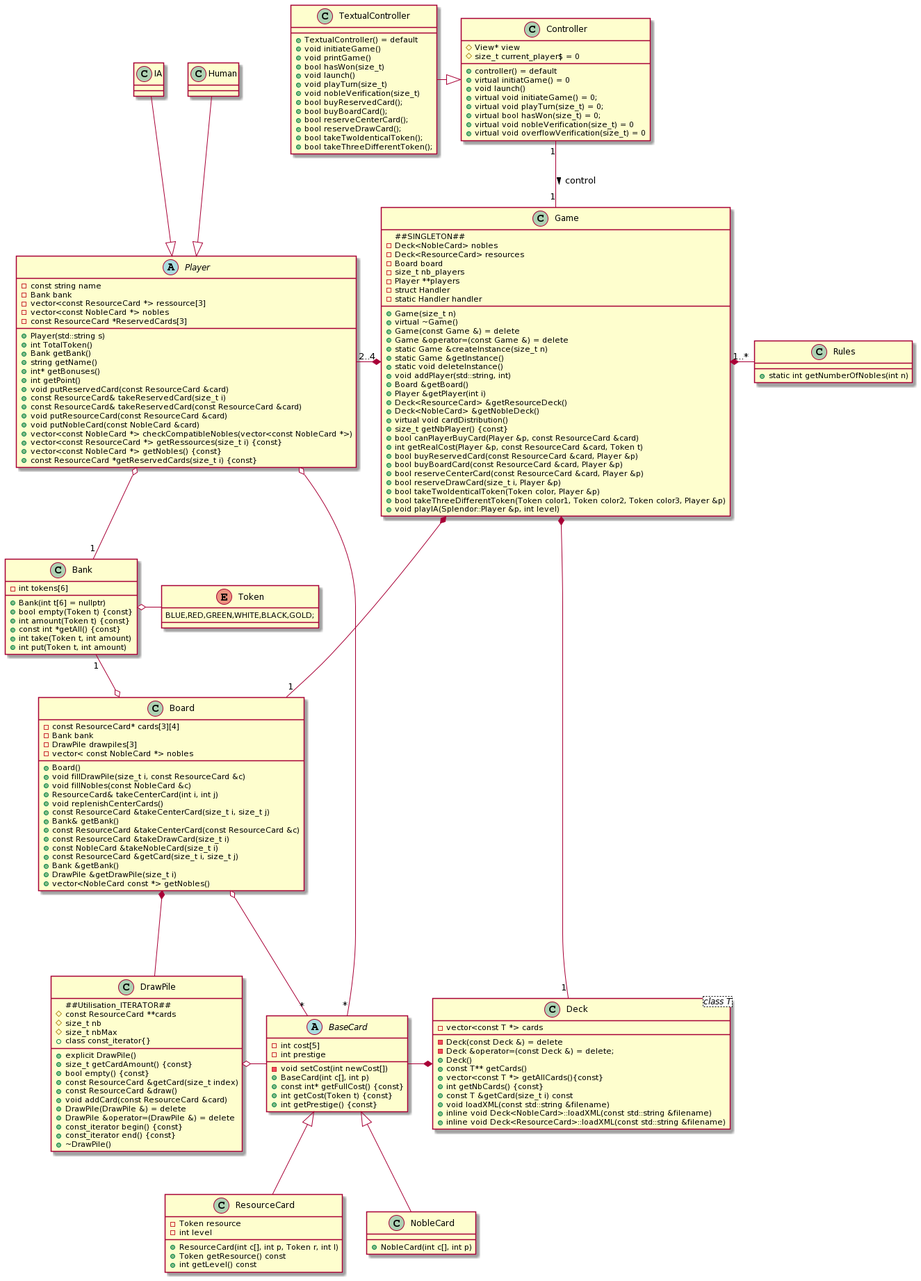
Before: UML.png, a diagram exported from PlantUML (LeCodex/LO21-Splendor).
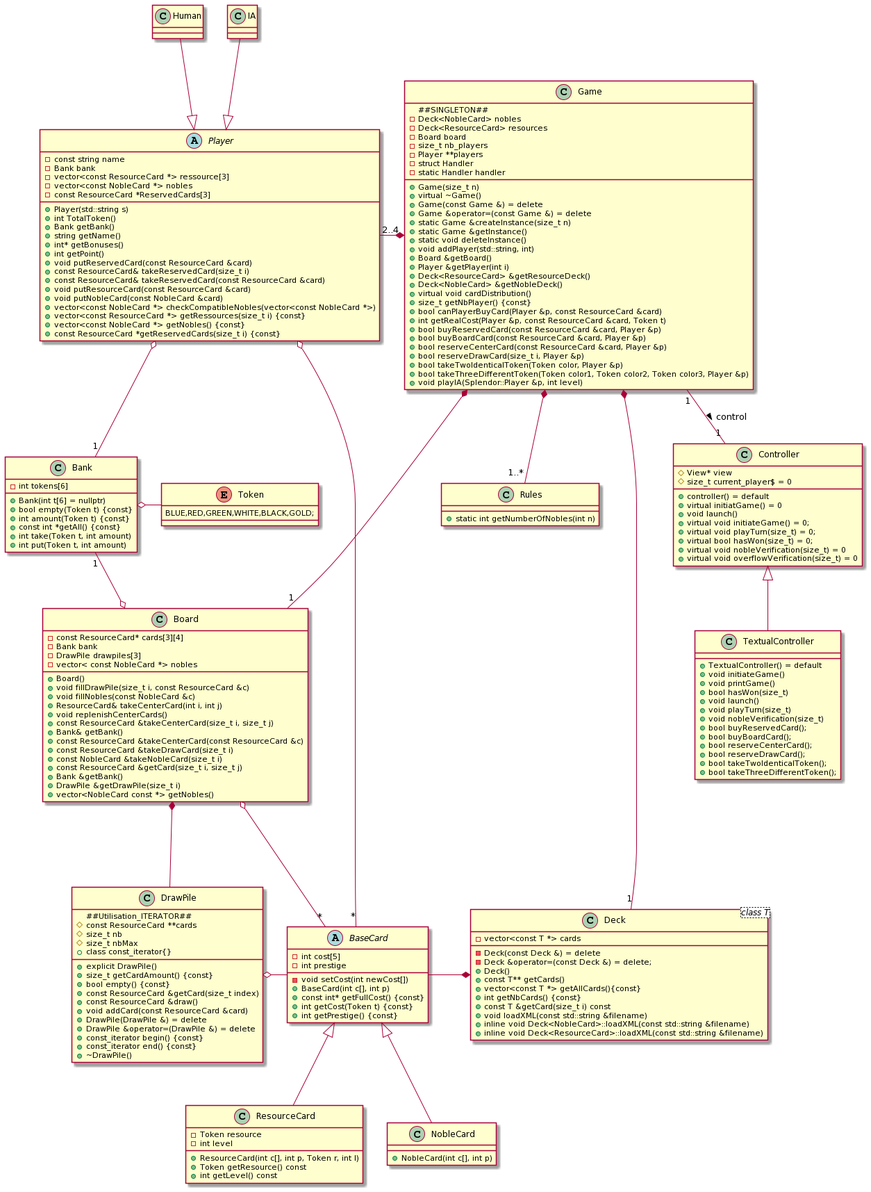
After the change.

What changed in the source:
```diff
@@ -187,7 +187,7 @@
 Game *---- "1" Deck
 Player "2..4"  -*  Game
 Game *---"1" Board
-Game *-"1..*" Rules
+Game *--"1..*" Rules
 Board o-"*" BaseCard
 DrawPile o- BaseCard
 Board *--- DrawPile
@@ -200,7 +200,7 @@
 Human --|> Player
 IA --|> Player
 
-TextualController -|> Controller
-Controller "1"-- "1" Game : control >
+Controller <|-- TextualController
+Game "1"-- "1" Controller : control >
 Player o--"*"BaseCard
 @enduml
```
